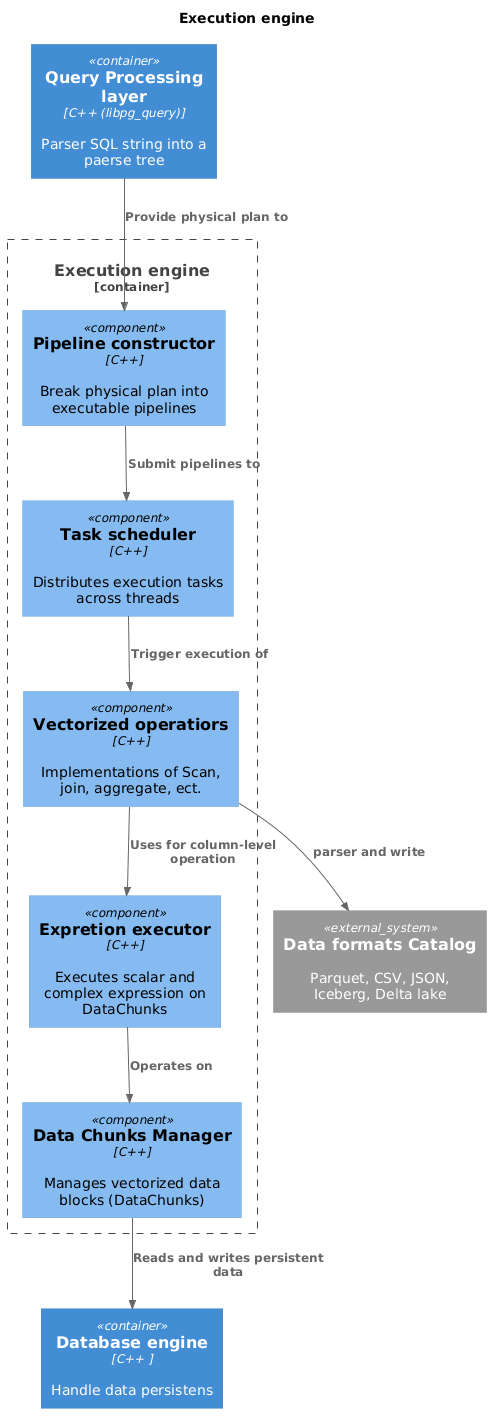
Before: reports/graphyc/c4/level3/executionEngine.png, a diagram exported from PlantUML (team-14-sda/project).
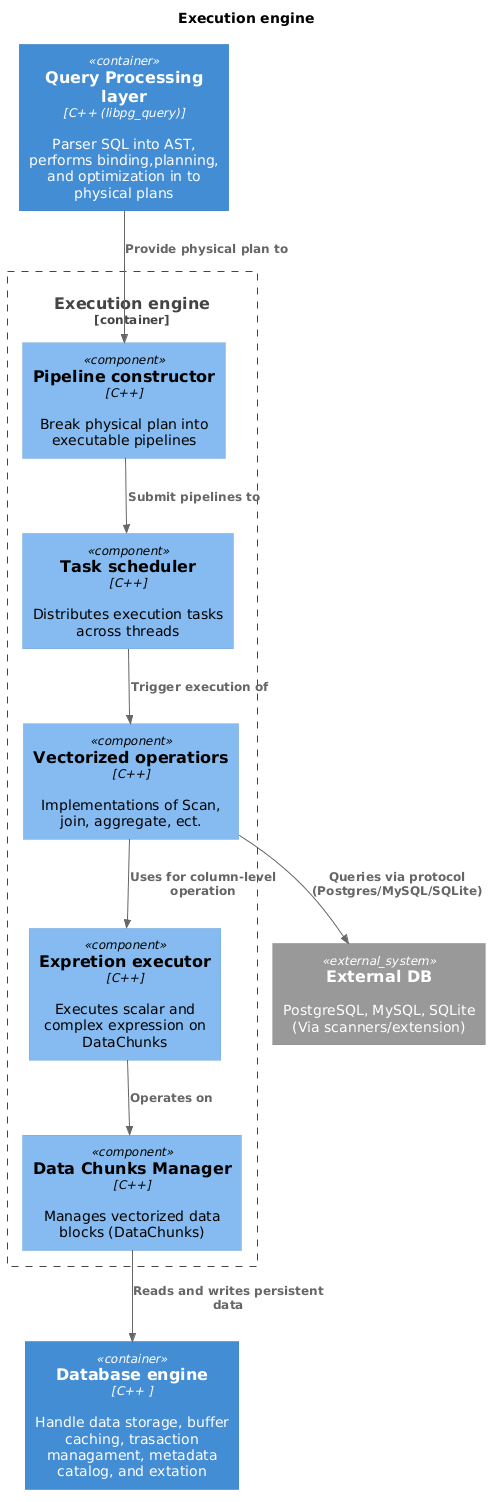
Above is the later version.

What changed in the source:
```diff
@@ -5,7 +5,7 @@
 
 
 
-Container(QPL, "Query Processing layer","C++ (libpg_query)","Parser SQL string into a paerse tree")
+Container(QPL, "Query Processing layer","C++ (libpg_query)","Parser SQL into AST, performs binding,planning, and optimization in to physical plans")
 
 Container_Boundary(engine, "Execution engine") {
 
@@ -15,9 +15,11 @@
     Component(expExe,"Expretion executor","C++","Executes scalar and complex expression on DataChunks")
     Component(dataChunks,"Data Chunks Manager","C++","Manages vectorized data blocks (DataChunks)")
 }
-Container(DBE,"Database engine","C++ ","Handle data persistens")
-System_Ext(format,"Data formats Catalog","Parquet, CSV, JSON, Iceberg, Delta lake")
-Rel(vectorize,format,"parser and write")
+Container(DBE,"Database engine","C++ ","Handle data storage, buffer caching, trasaction managament, metadata catalog, and extation")
+
+
+System_Ext(EDB,"External DB","PostgreSQL, MySQL, SQLite (Via scanners/extension)")
+Rel(vectorize, EDB, "Queries via protocol (Postgres/MySQL/SQLite)")
 Rel(QPL, pipe, "Provide physical plan to")
 Rel(pipe, taskScheduler, "Submit pipelines to")
 Rel(taskScheduler, vectorize, "Trigger execution of")
```
